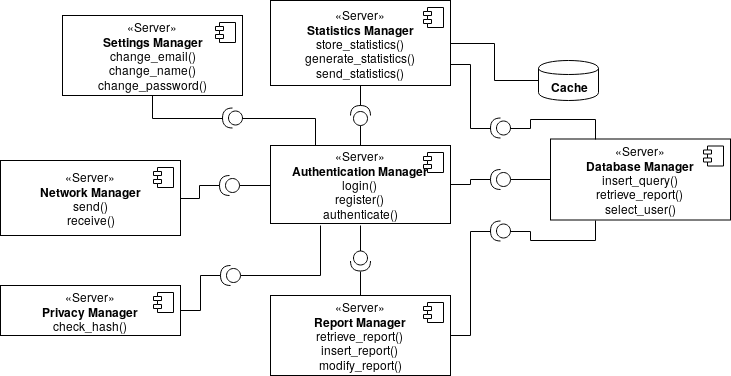
Earlier version of the draw.io export DD/img/component_interface_diagrams/server_component_interface.png (dariomiceli3/SafeStreet). Source tidied: cells renumbered, new cells last; positions are measured from the earlier drawing's top-left corner, leaving out a move shared by most shapes. Source of this version:
```xml
<mxGraphModel>
  <root>
    <mxCell id="0" />
    <mxCell id="1" parent="0" />
    <mxCell id="2" style="edgeStyle=orthogonalEdgeStyle;rounded=0;jettySize=auto;html=1;exitX=1;exitY=0.5;exitDx=0;exitDy=0;endArrow=none;endFill=0;" parent="1" edge="1" source="3" target="36">
      <mxGeometry relative="1" as="geometry" />
    </mxCell>
    <mxCell id="3" value="«Server»&lt;br&gt;&lt;div&gt;&lt;b&gt;Statistics Manager&lt;/b&gt;&lt;/div&gt;store_statistics()&lt;br&gt;generate_statistics()&lt;br&gt;send_statistics()" style="html=1;" parent="1" vertex="1">
      <mxGeometry x="270" width="180" height="85" as="geometry" />
    </mxCell>
    <mxCell id="4" style="shape=component;jettyWidth=8;jettyHeight=4;" parent="3" vertex="1">
      <mxGeometry x="1" width="20" height="20" relative="1" as="geometry">
        <mxPoint x="-27" y="7" as="offset" />
      </mxGeometry>
    </mxCell>
    <mxCell id="5" style="edgeStyle=orthogonalEdgeStyle;rounded=0;jettySize=auto;html=1;exitX=0;exitY=0.5;exitDx=0;exitDy=0;entryX=0;entryY=0.5;entryDx=0;entryDy=0;entryPerimeter=0;verticalAlign=bottom;endArrow=none;endFill=0;" parent="1" edge="1" source="6" target="24">
      <mxGeometry relative="1" as="geometry" />
    </mxCell>
    <mxCell id="6" value="«Server»&lt;br&gt;&lt;div&gt;&lt;b&gt;Database Manager&lt;/b&gt;&lt;/div&gt;insert_query()&lt;br&gt;retrieve_report()&lt;br&gt;select_user()" style="html=1;" parent="1" vertex="1">
      <mxGeometry x="550" y="138.5" width="180" height="81" as="geometry" />
    </mxCell>
    <mxCell id="7" style="shape=component;jettyWidth=8;jettyHeight=4;" parent="6" vertex="1">
      <mxGeometry x="1" width="20" height="20" relative="1" as="geometry">
        <mxPoint x="-27" y="7" as="offset" />
      </mxGeometry>
    </mxCell>
    <mxCell id="8" value="«Server»&lt;br&gt;&lt;div&gt;&lt;b&gt;Network Manager&lt;/b&gt;&lt;/div&gt;send()&lt;br&gt;receive()" style="html=1;" parent="1" vertex="1">
      <mxGeometry y="160" width="180" height="75" as="geometry" />
    </mxCell>
    <mxCell id="9" style="shape=component;jettyWidth=8;jettyHeight=4;" parent="8" vertex="1">
      <mxGeometry x="1" width="20" height="20" relative="1" as="geometry">
        <mxPoint x="-27" y="7" as="offset" />
      </mxGeometry>
    </mxCell>
    <mxCell id="10" value="«Server»&lt;br&gt;&lt;div&gt;&lt;b&gt;Report Manager&lt;/b&gt;&lt;/div&gt;retrieve_report()&lt;br&gt;insert_report()&lt;br&gt;modify_report()" style="html=1;" parent="1" vertex="1">
      <mxGeometry x="270" y="295" width="180" height="80" as="geometry" />
    </mxCell>
    <mxCell id="11" style="shape=component;jettyWidth=8;jettyHeight=4;" parent="10" vertex="1">
      <mxGeometry x="1" width="20" height="20" relative="1" as="geometry">
        <mxPoint x="-27" y="7" as="offset" />
      </mxGeometry>
    </mxCell>
    <mxCell id="12" style="edgeStyle=orthogonalEdgeStyle;rounded=0;jettySize=auto;html=1;exitX=1;exitY=0.5;exitDx=0;exitDy=0;entryX=1;entryY=0.5;entryDx=0;entryDy=0;entryPerimeter=0;endArrow=none;endFill=0;" parent="1" edge="1" source="13" target="41">
      <mxGeometry relative="1" as="geometry" />
    </mxCell>
    <mxCell id="13" value="«Server»&lt;br&gt;&lt;div&gt;&lt;b&gt;Privacy Manager&lt;/b&gt;&lt;/div&gt;check_hash()" style="html=1;" parent="1" vertex="1">
      <mxGeometry y="285" width="180" height="50" as="geometry" />
    </mxCell>
    <mxCell id="14" style="shape=component;jettyWidth=8;jettyHeight=4;" parent="13" vertex="1">
      <mxGeometry x="1" width="20" height="20" relative="1" as="geometry">
        <mxPoint x="-27" y="7" as="offset" />
      </mxGeometry>
    </mxCell>
    <mxCell id="15" value="«Server»&lt;br&gt;&lt;div&gt;&lt;b&gt;Authentication Manager&lt;/b&gt;&lt;/div&gt;login()&lt;br&gt;register()&lt;br&gt;authenticate()" style="html=1;" parent="1" vertex="1">
      <mxGeometry x="270" y="145" width="180" height="78" as="geometry" />
    </mxCell>
    <mxCell id="16" style="shape=component;jettyWidth=8;jettyHeight=4;" parent="15" vertex="1">
      <mxGeometry x="1" width="20" height="20" relative="1" as="geometry">
        <mxPoint x="-27" y="7" as="offset" />
      </mxGeometry>
    </mxCell>
    <mxCell id="17" style="edgeStyle=orthogonalEdgeStyle;rounded=0;jettySize=auto;html=1;exitX=1;exitY=0.5;exitDx=0;exitDy=0;exitPerimeter=0;entryX=1;entryY=0.75;entryDx=0;entryDy=0;endArrow=none;endFill=0;" parent="1" edge="1" source="19" target="3">
      <mxGeometry relative="1" as="geometry" />
    </mxCell>
    <mxCell id="18" style="edgeStyle=orthogonalEdgeStyle;rounded=0;jettySize=auto;html=1;exitX=0;exitY=0.5;exitDx=0;exitDy=0;exitPerimeter=0;entryX=0.25;entryY=0;entryDx=0;entryDy=0;endArrow=none;endFill=0;" parent="1" edge="1" source="19" target="6">
      <mxGeometry relative="1" as="geometry" />
    </mxCell>
    <mxCell id="19" style="shape=providedRequiredInterface;html=1;verticalLabelPosition=bottom;direction=west;" parent="1" vertex="1">
      <mxGeometry x="490" y="117.5" width="20" height="20" as="geometry" />
    </mxCell>
    <mxCell id="20" style="edgeStyle=orthogonalEdgeStyle;rounded=0;jettySize=auto;html=1;entryX=0.25;entryY=1;entryDx=0;entryDy=0;endArrow=none;endFill=0;" parent="1" edge="1" source="22" target="6">
      <mxGeometry relative="1" as="geometry" />
    </mxCell>
    <mxCell id="21" style="edgeStyle=orthogonalEdgeStyle;rounded=0;jettySize=auto;html=1;exitX=1;exitY=0.5;exitDx=0;exitDy=0;exitPerimeter=0;entryX=1;entryY=0.5;entryDx=0;entryDy=0;endArrow=none;endFill=0;" parent="1" edge="1" source="22" target="10">
      <mxGeometry relative="1" as="geometry" />
    </mxCell>
    <mxCell id="22" style="shape=providedRequiredInterface;html=1;verticalLabelPosition=bottom;direction=west;" parent="1" vertex="1">
      <mxGeometry x="490" y="220.5" width="20" height="20" as="geometry" />
    </mxCell>
    <mxCell id="23" style="edgeStyle=orthogonalEdgeStyle;rounded=0;jettySize=auto;html=1;exitX=1;exitY=0.5;exitDx=0;exitDy=0;exitPerimeter=0;entryX=1;entryY=0.5;entryDx=0;entryDy=0;endArrow=none;endFill=0;" parent="1" edge="1" source="24" target="15">
      <mxGeometry relative="1" as="geometry" />
    </mxCell>
    <mxCell id="24" style="shape=providedRequiredInterface;html=1;verticalLabelPosition=bottom;direction=west;" parent="1" vertex="1">
      <mxGeometry x="490" y="169" width="20" height="20" as="geometry" />
    </mxCell>
    <mxCell id="25" style="edgeStyle=orthogonalEdgeStyle;rounded=0;jettySize=auto;html=1;exitX=1;exitY=0.5;exitDx=0;exitDy=0;exitPerimeter=0;entryX=0.5;entryY=0;entryDx=0;entryDy=0;endArrow=none;endFill=0;" parent="1" edge="1" source="27" target="10">
      <mxGeometry relative="1" as="geometry" />
    </mxCell>
    <mxCell id="26" style="edgeStyle=orthogonalEdgeStyle;rounded=0;jettySize=auto;html=1;exitX=0;exitY=0.5;exitDx=0;exitDy=0;exitPerimeter=0;endArrow=none;endFill=0;" parent="1" edge="1" source="27">
      <mxGeometry relative="1" as="geometry">
        <mxPoint x="360" y="225" as="targetPoint" />
      </mxGeometry>
    </mxCell>
    <mxCell id="27" style="shape=providedRequiredInterface;html=1;verticalLabelPosition=bottom;direction=south;" parent="1" vertex="1">
      <mxGeometry x="350" y="250.5" width="20" height="20" as="geometry" />
    </mxCell>
    <mxCell id="28" style="edgeStyle=orthogonalEdgeStyle;rounded=0;jettySize=auto;html=1;exitX=1;exitY=0.5;exitDx=0;exitDy=0;exitPerimeter=0;entryX=0.5;entryY=1;entryDx=0;entryDy=0;endArrow=none;endFill=0;" parent="1" edge="1" source="30" target="3">
      <mxGeometry relative="1" as="geometry" />
    </mxCell>
    <mxCell id="29" style="edgeStyle=orthogonalEdgeStyle;rounded=0;jettySize=auto;html=1;exitX=0;exitY=0.5;exitDx=0;exitDy=0;exitPerimeter=0;entryX=0.5;entryY=0;entryDx=0;entryDy=0;endArrow=none;endFill=0;" parent="1" edge="1" source="30" target="15">
      <mxGeometry relative="1" as="geometry" />
    </mxCell>
    <mxCell id="30" style="shape=providedRequiredInterface;html=1;verticalLabelPosition=bottom;direction=north;" parent="1" vertex="1">
      <mxGeometry x="350" y="105" width="20" height="20" as="geometry" />
    </mxCell>
    <mxCell id="31" value="«Server»&lt;br&gt;&lt;div&gt;&lt;b&gt;Settings Manager&lt;/b&gt;&lt;/div&gt;&lt;div&gt;change_email()&lt;/div&gt;change_name()&lt;br&gt;change_password()" style="html=1;" parent="1" vertex="1">
      <mxGeometry x="62" y="15" width="180" height="80" as="geometry" />
    </mxCell>
    <mxCell id="32" style="shape=component;jettyWidth=8;jettyHeight=4;" parent="31" vertex="1">
      <mxGeometry x="1" width="20" height="20" relative="1" as="geometry">
        <mxPoint x="-27" y="7" as="offset" />
      </mxGeometry>
    </mxCell>
    <mxCell id="33" style="edgeStyle=orthogonalEdgeStyle;rounded=0;jettySize=auto;html=1;exitX=1;exitY=0.5;exitDx=0;exitDy=0;exitPerimeter=0;entryX=0.5;entryY=1;entryDx=0;entryDy=0;endArrow=none;endFill=0;" parent="1" edge="1" source="35" target="31">
      <mxGeometry relative="1" as="geometry" />
    </mxCell>
    <mxCell id="34" style="edgeStyle=orthogonalEdgeStyle;rounded=0;jettySize=auto;html=1;exitX=0;exitY=0.5;exitDx=0;exitDy=0;exitPerimeter=0;entryX=0.25;entryY=0;entryDx=0;entryDy=0;endArrow=none;endFill=0;" parent="1" edge="1" source="35" target="15">
      <mxGeometry relative="1" as="geometry" />
    </mxCell>
    <mxCell id="35" style="shape=providedRequiredInterface;html=1;verticalLabelPosition=bottom;direction=west;" parent="1" vertex="1">
      <mxGeometry x="222" y="107.5" width="20" height="20" as="geometry" />
    </mxCell>
    <mxCell id="36" value="&lt;b&gt;Cache&lt;/b&gt;" style="shape=cylinder;whiteSpace=wrap;html=1;boundedLbl=1;backgroundOutline=1;" parent="1" vertex="1">
      <mxGeometry x="538" y="60" width="60" height="40" as="geometry" />
    </mxCell>
    <mxCell id="37" style="edgeStyle=orthogonalEdgeStyle;rounded=0;jettySize=auto;html=1;exitX=0;exitY=0.5;exitDx=0;exitDy=0;exitPerimeter=0;entryX=0;entryY=0.5;entryDx=0;entryDy=0;endArrow=none;endFill=0;" parent="1" edge="1" source="39" target="15">
      <mxGeometry relative="1" as="geometry" />
    </mxCell>
    <mxCell id="38" style="edgeStyle=orthogonalEdgeStyle;rounded=0;jettySize=auto;html=1;exitX=1;exitY=0.5;exitDx=0;exitDy=0;exitPerimeter=0;entryX=1;entryY=0.5;entryDx=0;entryDy=0;endArrow=none;endFill=0;" parent="1" edge="1" source="39" target="8">
      <mxGeometry relative="1" as="geometry" />
    </mxCell>
    <mxCell id="39" style="shape=providedRequiredInterface;html=1;verticalLabelPosition=bottom;direction=west;" parent="1" vertex="1">
      <mxGeometry x="219" y="175" width="20" height="20" as="geometry" />
    </mxCell>
    <mxCell id="40" style="edgeStyle=orthogonalEdgeStyle;rounded=0;jettySize=auto;html=1;exitX=0;exitY=0.5;exitDx=0;exitDy=0;exitPerimeter=0;endArrow=none;endFill=0;" parent="1" edge="1" source="41">
      <mxGeometry relative="1" as="geometry">
        <mxPoint x="320" y="225" as="targetPoint" />
      </mxGeometry>
    </mxCell>
    <mxCell id="41" style="shape=providedRequiredInterface;html=1;verticalLabelPosition=bottom;direction=west;" parent="1" vertex="1">
      <mxGeometry x="220" y="265" width="20" height="20" as="geometry" />
    </mxCell>
  </root>
</mxGraphModel>
```
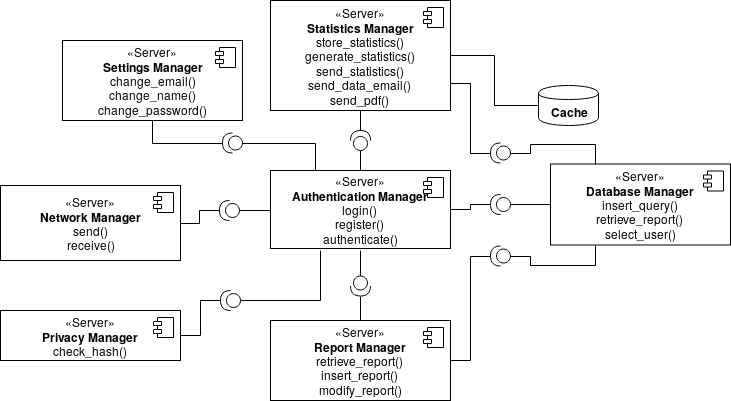
Above is the later version.

The edit, as a diff of the source:
```diff
@@ -5,8 +5,8 @@
     <mxCell id="2" style="edgeStyle=orthogonalEdgeStyle;rounded=0;jettySize=auto;html=1;exitX=1;exitY=0.5;exitDx=0;exitDy=0;endArrow=none;endFill=0;" parent="1" edge="1" source="3" target="36">
       <mxGeometry relative="1" as="geometry" />
     </mxCell>
-    <mxCell id="3" value="«Server»&lt;br&gt;&lt;div&gt;&lt;b&gt;Statistics Manager&lt;/b&gt;&lt;/div&gt;store_statistics()&lt;br&gt;generate_statistics()&lt;br&gt;send_statistics()" style="html=1;" parent="1" vertex="1">
-      <mxGeometry x="270" width="180" height="85" as="geometry" />
+    <mxCell id="3" value="«Server»&lt;br&gt;&lt;div&gt;&lt;b&gt;Statistics Manager&lt;/b&gt;&lt;/div&gt;store_statistics()&lt;br&gt;generate_statistics()&lt;br&gt;&lt;div&gt;send_statistics()&lt;/div&gt;&lt;div&gt;&lt;div&gt;send_data_email()&lt;br&gt;&lt;/div&gt;&lt;div&gt;send_pdf()&lt;br&gt;&lt;/div&gt;&lt;/div&gt;" style="html=1;" parent="1" vertex="1">
+      <mxGeometry x="270" y="-25" width="180" height="110" as="geometry" />
     </mxCell>
     <mxCell id="4" style="shape=component;jettyWidth=8;jettyHeight=4;" parent="3" vertex="1">
       <mxGeometry x="1" width="20" height="20" relative="1" as="geometry">
```
